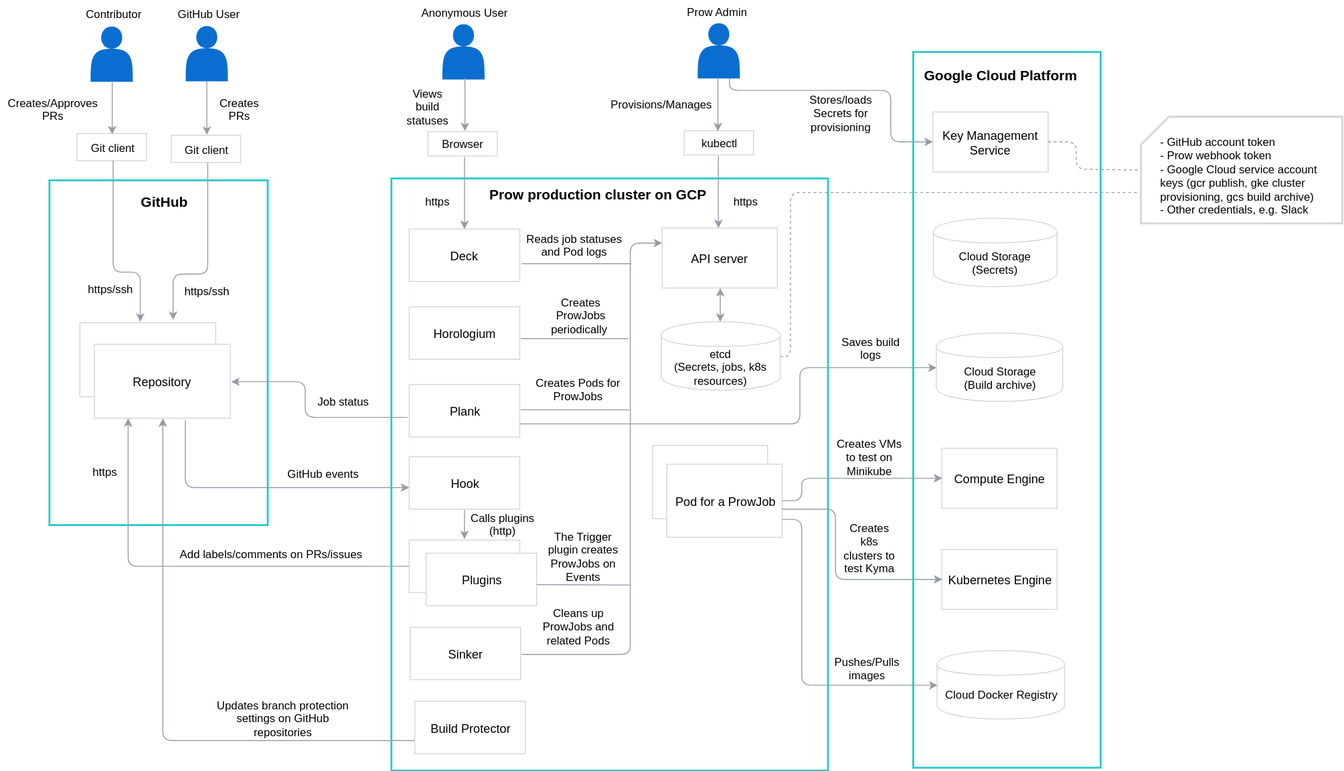
The draw.io diagram docs/prow/assets/prow-architecture.svg in kyma-project/test-infra, before a commit. Source tidied: cells renumbered, new cells last; positions are measured from the earlier drawing's top-left corner, leaving out a move shared by most shapes.
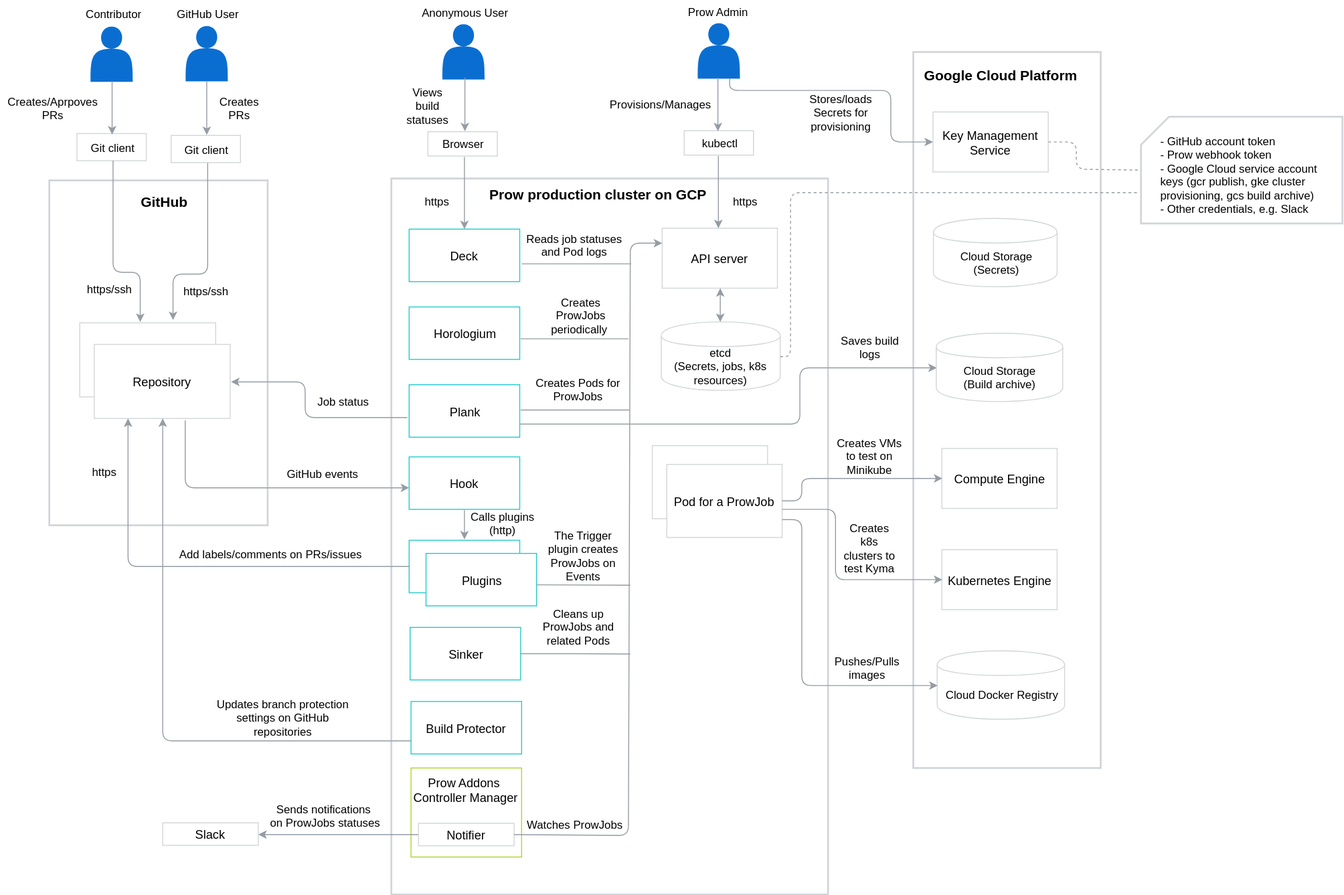
Above is the later version.

Commit message:
Add slack notifier to starter.yaml, skip notify for upgrade job (#602)

What changed in the source:
```diff
@@ -14,13 +14,13 @@
     <mxCell id="5" style="shape=actor;whiteSpace=wrap;html=1;strokeColor=none;strokeWidth=1;fillColor=#0A6ED1;gradientColor=none;fontFamily=Helvetica;fontSize=12;" parent="1" vertex="1">
       <mxGeometry x="744" y="23.4" width="45" height="59" as="geometry" />
     </mxCell>
-    <mxCell id="6" style="rounded=0;whiteSpace=wrap;html=1;strokeColor=#24CACC;strokeWidth=2;" parent="1" vertex="1">
+    <mxCell id="6" style="rounded=0;whiteSpace=wrap;html=1;strokeColor=#D2D5D9;strokeWidth=2;" parent="1" vertex="1">
       <mxGeometry x="52" y="191" width="233" height="368" as="geometry" />
     </mxCell>
-    <mxCell id="7" style="rounded=0;whiteSpace=wrap;html=1;strokeColor=#24CACC;strokeWidth=2;" parent="1" vertex="1">
-      <mxGeometry x="417" y="189" width="466" height="632" as="geometry" />
+    <mxCell id="7" style="rounded=0;whiteSpace=wrap;html=1;strokeColor=#D2D5D9;strokeWidth=2;" parent="1" vertex="1">
+      <mxGeometry x="417" y="189" width="466" height="764" as="geometry" />
     </mxCell>
-    <mxCell id="8" style="rounded=0;whiteSpace=wrap;html=1;strokeColor=#24CACC;strokeWidth=2;" parent="1" vertex="1">
+    <mxCell id="8" style="rounded=0;whiteSpace=wrap;html=1;strokeColor=#D2D5D9;strokeWidth=2;" parent="1" vertex="1">
       <mxGeometry x="974" y="54" width="200" height="764" as="geometry" />
     </mxCell>
     <mxCell id="9" value="&lt;font style=&quot;font-size: 12px&quot;&gt;Contributor&lt;/font&gt;" style="text;html=1;strokeColor=none;fillColor=none;align=center;verticalAlign=middle;whiteSpace=wrap;rounded=0;dashed=1;labelBackgroundColor=none;fontFamily=Helvetica;fontSize=15;fontColor=#000000;" parent="1" vertex="1">
@@ -66,22 +66,27 @@
         </Array>
       </mxGeometry>
     </mxCell>
-    <mxCell id="18" value="&lt;font style=&quot;font-size: 13px&quot;&gt;Deck&lt;/font&gt;" style="rounded=0;whiteSpace=wrap;html=1;strokeColor=#D2D5D9;strokeWidth=1;" parent="1" vertex="1">
+    <mxCell id="18" value="&lt;font style=&quot;font-size: 13px&quot;&gt;Deck&lt;/font&gt;" style="rounded=0;whiteSpace=wrap;html=1;strokeColor=#24CACC;strokeWidth=1;" parent="1" vertex="1">
       <mxGeometry x="436" y="243" width="118" height="56" as="geometry" />
     </mxCell>
-    <mxCell id="19" value="&lt;font style=&quot;font-size: 13px&quot;&gt;Horologium&lt;/font&gt;" style="rounded=0;whiteSpace=wrap;html=1;strokeColor=#D2D5D9;strokeWidth=1;" parent="1" vertex="1">
+    <mxCell id="19" value="&lt;font style=&quot;font-size: 13px&quot;&gt;Horologium&lt;/font&gt;" style="rounded=0;whiteSpace=wrap;html=1;strokeColor=#24CACC;strokeWidth=1;" parent="1" vertex="1">
       <mxGeometry x="436" y="326" width="118" height="56" as="geometry" />
     </mxCell>
-    <mxCell id="20" value="&lt;font style=&quot;font-size: 13px&quot;&gt;Plank&lt;/font&gt;" style="rounded=0;whiteSpace=wrap;html=1;strokeColor=#D2D5D9;strokeWidth=1;" parent="1" vertex="1">
+    <mxCell id="20" value="&lt;font style=&quot;font-size: 13px&quot;&gt;Plank&lt;/font&gt;" style="rounded=0;whiteSpace=wrap;html=1;strokeColor=#24CACC;strokeWidth=1;" parent="1" vertex="1">
       <mxGeometry x="436" y="409" width="118" height="56" as="geometry" />
     </mxCell>
-    <mxCell id="21" value="&lt;font style=&quot;font-size: 13px&quot;&gt;Hook &lt;br&gt;&lt;/font&gt;" style="rounded=0;whiteSpace=wrap;html=1;strokeColor=#D2D5D9;strokeWidth=1;" parent="1" vertex="1">
+    <mxCell id="21" value="&lt;font style=&quot;font-size: 13px&quot;&gt;Hook &lt;br&gt;&lt;/font&gt;" style="rounded=0;whiteSpace=wrap;html=1;strokeColor=#24CACC;strokeWidth=1;" parent="1" vertex="1">
       <mxGeometry x="436" y="486" width="118" height="56" as="geometry" />
     </mxCell>
-    <mxCell id="22" style="rounded=0;whiteSpace=wrap;html=1;strokeColor=#D2D5D9;strokeWidth=1;" parent="1" vertex="1">
+    <mxCell id="22" style="rounded=0;whiteSpace=wrap;html=1;strokeColor=#24CACC;strokeWidth=1;" parent="1" vertex="1">
       <mxGeometry x="436" y="575" width="118" height="56" as="geometry" />
     </mxCell>
+    <mxCell id="92" style="edgeStyle=orthogonalEdgeStyle;rounded=0;html=1;exitX=1;exitY=0.5;exitDx=0;exitDy=0;jettySize=auto;endArrow=none;endFill=0;strokeColor=#959CA4;" parent="1" edge="1" source="23">
+      <mxGeometry relative="1" as="geometry">
+        <mxPoint x="672" y="696.3" as="targetPoint" />
+      </mxGeometry>
+    </mxCell>
-    <mxCell id="23" value="&lt;font style=&quot;font-size: 13px&quot;&gt;Sinker&lt;/font&gt;" style="rounded=0;whiteSpace=wrap;html=1;strokeColor=#D2D5D9;strokeWidth=1;" parent="1" vertex="1">
+    <mxCell id="23" value="&lt;font style=&quot;font-size: 13px&quot;&gt;Sinker&lt;/font&gt;" style="rounded=0;whiteSpace=wrap;html=1;strokeColor=#24CACC;strokeWidth=1;" parent="1" vertex="1">
       <mxGeometry x="437" y="668" width="118" height="56" as="geometry" />
     </mxCell>
     <mxCell id="24" value="&lt;font style=&quot;font-size: 13px&quot;&gt;API server&lt;/font&gt;" style="rounded=0;whiteSpace=wrap;html=1;strokeColor=#D2D5D9;strokeWidth=1;" parent="1" vertex="1">
@@ -139,7 +144,7 @@
     <mxCell id="37" value="GitHub events" style="text;html=1;strokeColor=none;fillColor=none;align=center;verticalAlign=middle;whiteSpace=wrap;rounded=0;" parent="1" vertex="1">
       <mxGeometry x="298" y="494" width="90" height="20" as="geometry" />
     </mxCell>
-    <mxCell id="38" value="&lt;font style=&quot;font-size: 13px&quot;&gt;Plugins&lt;/font&gt;" style="rounded=0;whiteSpace=wrap;html=1;strokeColor=#D2D5D9;strokeWidth=1;" parent="1" vertex="1">
+    <mxCell id="38" value="&lt;font style=&quot;font-size: 13px&quot;&gt;Plugins&lt;/font&gt;" style="rounded=0;whiteSpace=wrap;html=1;strokeColor=#24CACC;strokeWidth=1;" parent="1" vertex="1">
       <mxGeometry x="454" y="589" width="118" height="56" as="geometry" />
     </mxCell>
     <mxCell id="39" style="endArrow=classic;html=1;strokeColor=#959CA4;exitX=0;exitY=0.5;entryX=0.25;entryY=1;" parent="1" edge="1" source="22" target="15">
@@ -175,15 +180,6 @@
         <mxPoint x="495" y="166" as="sourcePoint" />
       </mxGeometry>
     </mxCell>
-    <mxCell id="47" style="endArrow=classic;html=1;strokeColor=#959CA4;entryX=0;entryY=0.25;" parent="1" edge="1" target="24">
-      <mxGeometry relative="1" as="geometry">
-        <mxPoint x="556" y="697" as="sourcePoint" />
-        <Array as="points">
-          <mxPoint x="672" y="697" />
-          <mxPoint x="672" y="258" />
-        </Array>
-      </mxGeometry>
-    </mxCell>
     <mxCell id="48" style="endArrow=none;html=1;strokeColor=#959CA4;" parent="1" edge="1">
       <mxGeometry relative="1" as="geometry">
         <mxPoint x="556" y="280" as="sourcePoint" />
@@ -372,12 +368,11 @@
         </Array>
       </mxGeometry>
     </mxCell>
-    <mxCell id="89" value="&lt;font style=&quot;font-size: 13px&quot;&gt;Build Protector&lt;/font&gt;" style="rounded=0;whiteSpace=wrap;html=1;strokeColor=#D2D5D9;strokeWidth=1;" parent="1" vertex="1">
-      <mxGeometry x="442" y="747" width="118" height="56" as="geometry" />
+    <mxCell id="89" value="&lt;font style=&quot;font-size: 13px&quot;&gt;Build Protector&lt;/font&gt;" style="rounded=0;whiteSpace=wrap;html=1;strokeColor=#24CACC;strokeWidth=1;" parent="1" vertex="1">
+      <mxGeometry x="438" y="747" width="118" height="56" as="geometry" />
     </mxCell>
-    <mxCell id="90" style="endArrow=classic;html=1;strokeColor=#959CA4;exitX=0;exitY=0.25;entryX=0.5;entryY=1;" parent="1" edge="1" target="15">
+    <mxCell id="90" style="endArrow=classic;html=1;strokeColor=#959CA4;entryX=0.5;entryY=1;exitX=0;exitY=0.75;exitDx=0;exitDy=0;" parent="1" edge="1" source="89" target="15">
       <mxGeometry relative="1" as="geometry">
-        <mxPoint x="442" y="789" as="sourcePoint" />
         <Array as="points">
           <mxPoint x="173" y="789" />
         </Array>
@@ -386,5 +381,34 @@
     <mxCell id="91" value="Updates branch protection settings on GitHub repositories" style="text;html=1;strokeColor=none;fillColor=none;align=center;verticalAlign=middle;whiteSpace=wrap;rounded=0;" parent="1" vertex="1">
       <mxGeometry x="221.5" y="754" width="159" height="20" as="geometry" />
     </mxCell>
+    <mxCell id="93" style="rounded=0;whiteSpace=wrap;html=1;strokeColor=#ACD62F;strokeWidth=1;" parent="1" vertex="1">
+      <mxGeometry x="438" y="818" width="118" height="95" as="geometry" />
+    </mxCell>
+    <mxCell id="94" value="&lt;div style=&quot;text-align: center ; font-size: 13px&quot;&gt;&lt;div&gt;Prow Addons&amp;nbsp;&lt;/div&gt;&lt;div&gt;Controller Manager&lt;/div&gt;&lt;/div&gt;" style="text;html=1;align=left;verticalAlign=top;spacingTop=-4;" parent="1" vertex="1">
+      <mxGeometry x="439" y="823.5" width="121" height="28" as="geometry" />
+    </mxCell>
+    <mxCell id="95" style="edgeStyle=orthogonalEdgeStyle;rounded=0;html=1;exitX=0;exitY=0.5;exitDx=0;exitDy=0;entryX=1;entryY=0.5;entryDx=0;entryDy=0;jettySize=auto;strokeColor=#959CA4;endArrow=classic;endFill=1;startArrow=none;startFill=0;" parent="1" edge="1" source="96" target="98">
+      <mxGeometry relative="1" as="geometry" />
+    </mxCell>
+    <mxCell id="96" value="&lt;font style=&quot;font-size: 13px&quot;&gt;Notifier&lt;/font&gt;" style="rounded=0;whiteSpace=wrap;html=1;strokeColor=#D2D5D9;strokeWidth=1;" parent="1" vertex="1">
+      <mxGeometry x="446" y="877" width="102" height="24" as="geometry" />
+    </mxCell>
+    <mxCell id="97" value="&lt;div style=&quot;text-align: center&quot;&gt;&lt;span&gt;Watches&amp;nbsp;&lt;/span&gt;&lt;span&gt;ProwJobs&lt;/span&gt;&lt;/div&gt;" style="text;html=1;" parent="1" vertex="1">
+      <mxGeometry x="560" y="865" width="114" height="24" as="geometry" />
+    </mxCell>
+    <mxCell id="47" style="endArrow=classic;html=1;strokeColor=#959CA4;entryX=0;entryY=0.25;exitX=1;exitY=0.5;exitDx=0;exitDy=0;" parent="1" edge="1" source="96" target="24">
+      <mxGeometry relative="1" as="geometry">
+        <Array as="points">
+          <mxPoint x="670" y="890" />
+          <mxPoint x="672" y="258" />
+        </Array>
+      </mxGeometry>
+    </mxCell>
+    <mxCell id="98" value="&lt;font style=&quot;font-size: 13px&quot;&gt;Slack&lt;/font&gt;" style="rounded=0;whiteSpace=wrap;html=1;strokeColor=#D2D5D9;strokeWidth=1;" parent="1" vertex="1">
+      <mxGeometry x="173" y="876.5" width="102" height="24" as="geometry" />
+    </mxCell>
+    <mxCell id="99" value="&lt;div style=&quot;text-align: center&quot;&gt;Sends notifications&amp;nbsp;&lt;/div&gt;&lt;div style=&quot;text-align: center&quot;&gt;on ProwJobs statuses&lt;/div&gt;" style="text;html=1;" parent="1" vertex="1">
+      <mxGeometry x="285.5" y="849" width="123" height="45" as="geometry" />
+    </mxCell>
   </root>
 </mxGraphModel>
```
